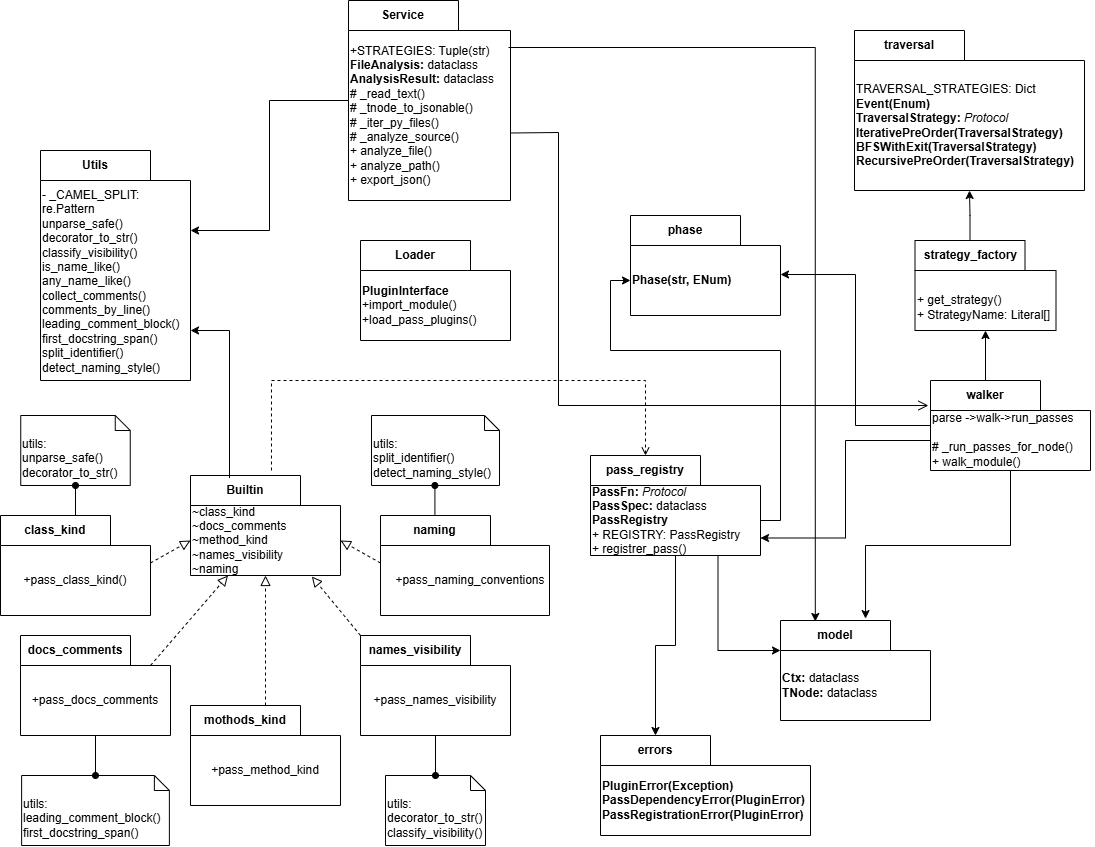
This is drawio/Images/AST_Model_Plugins-ast_api_package.drawio.png from IsabelaYabe/TccLatex, a draw.io export, as it was before one commit. Source tidied: cells renumbered, new cells last; positions are measured from the earlier drawing's top-left corner, leaving out a move shared by most shapes.
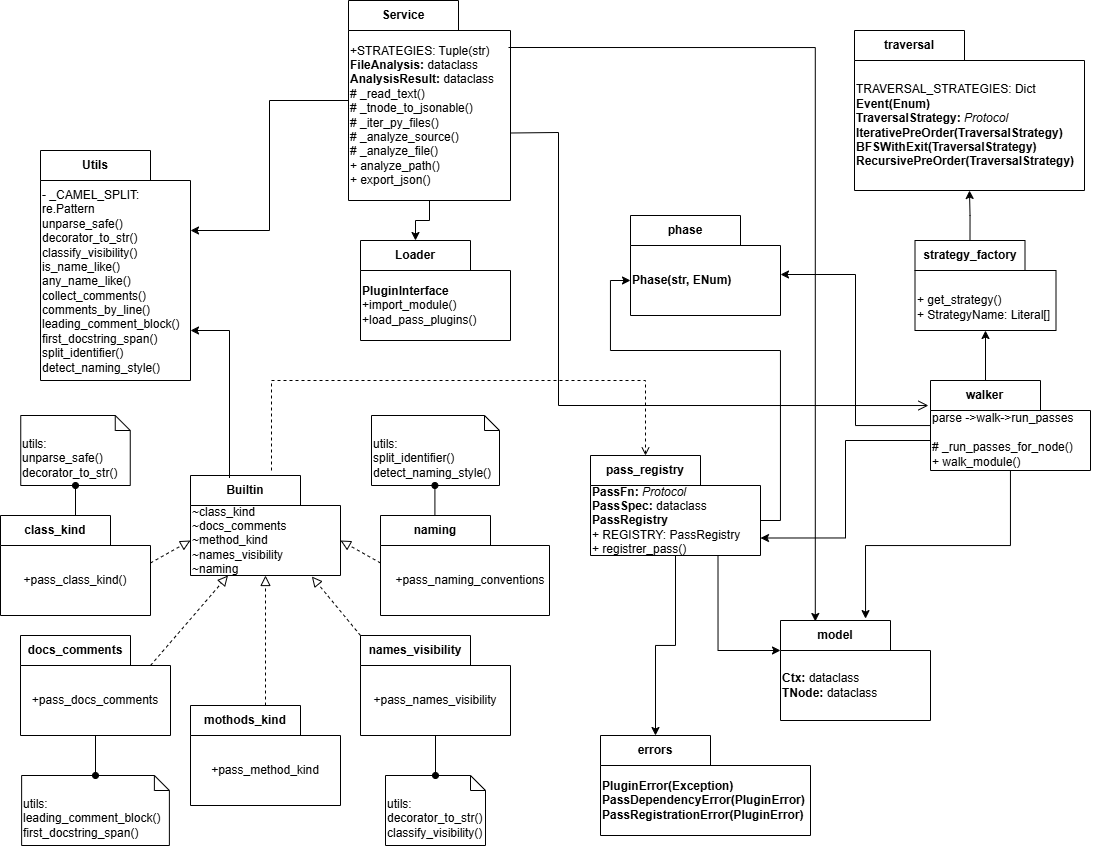
The same file after the commit.

The edit, as a diff of the source:
```diff
@@ -209,7 +209,7 @@
     <mxCell id="54" value="Service" style="shape=folder;fontStyle=1;tabWidth=110;tabHeight=30;tabPosition=left;html=1;boundedLbl=1;labelInHeader=1;whiteSpace=wrap;" parent="1" vertex="1">
       <mxGeometry x="348" width="162" height="200" as="geometry" />
     </mxCell>
-    <mxCell id="55" value="&lt;div&gt;+STRATEGIES: Tuple(str)&lt;/div&gt;&lt;div&gt;&lt;b&gt;FileAnalysis:&lt;/b&gt; dataclass&lt;/div&gt;&lt;div&gt;&lt;b&gt;AnalysisResult:&lt;/b&gt; dataclass&lt;/div&gt;&lt;div&gt;# _read_text()&lt;/div&gt;&lt;div&gt;# _tnode_to_jsonable()&lt;/div&gt;&lt;div&gt;# _iter_py_files()&lt;/div&gt;&lt;div&gt;# _analyze_source()&lt;/div&gt;&lt;div&gt;+ analyze_file()&lt;/div&gt;&lt;div&gt;+ analyze_path()&lt;/div&gt;&lt;div&gt;+ export_json()&lt;/div&gt;" style="html=1;strokeColor=none;fillColor=none;whiteSpace=wrap;align=left;" parent="54" vertex="1">
+    <mxCell id="55" value="&lt;div&gt;+STRATEGIES: Tuple(str)&lt;/div&gt;&lt;div&gt;&lt;b&gt;FileAnalysis:&lt;/b&gt; dataclass&lt;/div&gt;&lt;div&gt;&lt;b&gt;AnalysisResult:&lt;/b&gt; dataclass&lt;/div&gt;&lt;div&gt;# _read_text()&lt;/div&gt;&lt;div&gt;# _tnode_to_jsonable()&lt;/div&gt;&lt;div&gt;# _iter_py_files()&lt;/div&gt;&lt;div&gt;# _analyze_source()&lt;/div&gt;&lt;div&gt;# _analyze_file()&lt;/div&gt;&lt;div&gt;+ analyze_path()&lt;/div&gt;&lt;div&gt;+ export_json()&lt;/div&gt;" style="html=1;strokeColor=none;fillColor=none;whiteSpace=wrap;align=left;" parent="54" vertex="1">
       <mxGeometry width="162.8" height="170" relative="1" as="geometry">
         <mxPoint y="30" as="offset" />
       </mxGeometry>
@@ -235,5 +235,8 @@
     <mxCell id="59" style="edgeStyle=orthogonalEdgeStyle;rounded=0;jettySize=auto;html=1;entryX=0;entryY=0;entryDx=150;entryDy=180;entryPerimeter=0;exitX=0.26;exitY=0.025;exitDx=0;exitDy=0;exitPerimeter=0;" parent="1" edge="1" source="26" target="51">
       <mxGeometry relative="1" as="geometry" />
     </mxCell>
+    <mxCell id="60" style="edgeStyle=orthogonalEdgeStyle;rounded=0;jettySize=auto;html=1;entryX=0;entryY=0;entryDx=55;entryDy=0;entryPerimeter=0;exitX=0.5;exitY=1;exitDx=0;exitDy=0;exitPerimeter=0;" parent="1" edge="1" source="54" target="24">
+      <mxGeometry relative="1" as="geometry" />
+    </mxCell>
   </root>
 </mxGraphModel>
```
